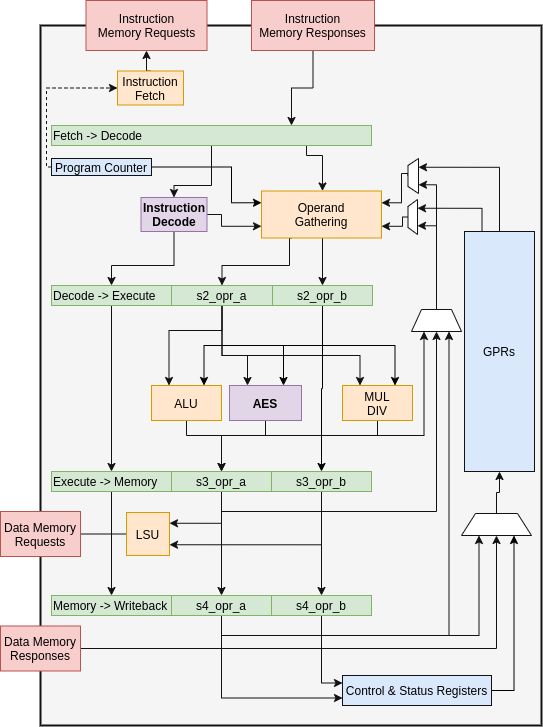
scarv/aes-risc-pipeline keeps this draw.io diagram as doc/diagrams/scarv-cpu-uarch.png. Above is the earlier version. Source tidied: cells renumbered, new cells last; positions are measured from the earlier drawing's top-left corner, leaving out a move shared by most shapes.
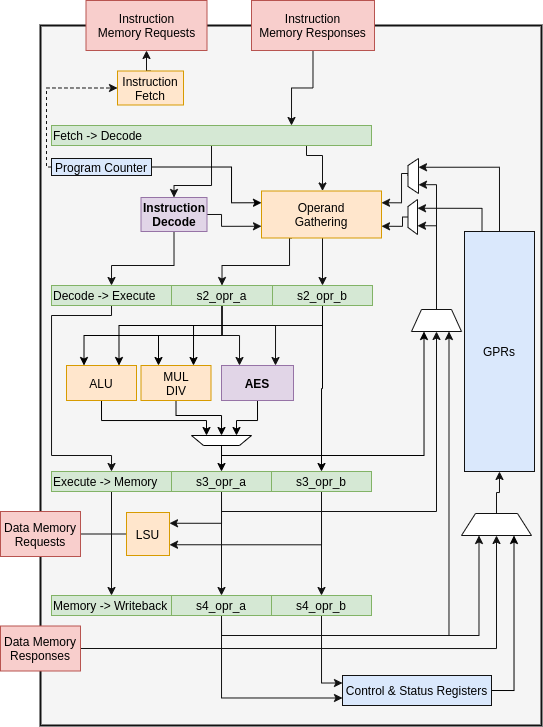
Later version of the same file.

What changed in the source:
```diff
@@ -24,54 +24,56 @@
     <mxCell id="5" value="Fetch -&amp;gt; Decode" style="rounded=0;whiteSpace=wrap;html=1;align=left;strokeColor=#82b366;fillColor=#d5e8d4;" parent="1" vertex="1">
       <mxGeometry x="51" y="125" width="320" height="20" as="geometry" />
     </mxCell>
-    <mxCell id="6" style="edgeStyle=orthogonalEdgeStyle;rounded=0;jettySize=auto;html=1;exitX=0.5;exitY=1;exitDx=0;exitDy=0;strokeColor=#121212;" parent="1" edge="1" source="7" target="18">
-      <mxGeometry relative="1" as="geometry" />
+    <mxCell id="6" style="edgeStyle=orthogonalEdgeStyle;rounded=0;jettySize=auto;html=1;exitX=0.5;exitY=1;exitDx=0;exitDy=0;strokeColor=#121212;entryX=0.5;entryY=0;entryDx=0;entryDy=0;" parent="1" edge="1" source="7" target="18">
+      <mxGeometry relative="1" as="geometry">
+        <Array as="points">
+          <mxPoint x="111" y="315" />
+          <mxPoint x="51" y="315" />
+          <mxPoint x="51" y="455" />
+          <mxPoint x="111" y="455" />
+        </Array>
+      </mxGeometry>
     </mxCell>
     <mxCell id="7" value="Decode -&amp;gt; Execute" style="rounded=0;whiteSpace=wrap;html=1;align=left;strokeColor=#82b366;fillColor=#d5e8d4;" parent="1" vertex="1">
       <mxGeometry x="51" y="285" width="120" height="20" as="geometry" />
     </mxCell>
-    <mxCell id="8" style="edgeStyle=orthogonalEdgeStyle;rounded=0;jettySize=auto;html=1;exitX=0.5;exitY=1;exitDx=0;exitDy=0;entryX=0.25;entryY=0;entryDx=0;entryDy=0;fillColor=#f8cecc;strokeColor=#121212;" parent="1" edge="1" source="11" target="54">
-      <mxGeometry relative="1" as="geometry">
-        <Array as="points">
-          <mxPoint x="222" y="330" />
-          <mxPoint x="168" y="330" />
-        </Array>
-      </mxGeometry>
+    <mxCell id="8" style="edgeStyle=orthogonalEdgeStyle;rounded=0;jettySize=auto;html=1;exitX=0.5;exitY=1;exitDx=0;exitDy=0;entryX=0.25;entryY=0;entryDx=0;entryDy=0;" parent="1" edge="1" source="11" target="54">
+      <mxGeometry relative="1" as="geometry" />
     </mxCell>
-    <mxCell id="9" style="edgeStyle=orthogonalEdgeStyle;rounded=0;jettySize=auto;html=1;exitX=0.5;exitY=1;exitDx=0;exitDy=0;entryX=0.25;entryY=0;entryDx=0;entryDy=0;fillColor=#f8cecc;strokeColor=#121212;" parent="1" edge="1" source="11" target="56">
-      <mxGeometry relative="1" as="geometry">
-        <Array as="points">
-          <mxPoint x="222" y="355" />
-          <mxPoint x="247" y="355" />
-        </Array>
-      </mxGeometry>
+    <mxCell id="9" style="edgeStyle=orthogonalEdgeStyle;rounded=0;jettySize=auto;html=1;exitX=0.5;exitY=1;exitDx=0;exitDy=0;entryX=0.25;entryY=0;entryDx=0;entryDy=0;" parent="1" edge="1" source="11" target="58">
+      <mxGeometry relative="1" as="geometry" />
     </mxCell>
-    <mxCell id="10" style="edgeStyle=orthogonalEdgeStyle;rounded=0;jettySize=auto;html=1;exitX=0.5;exitY=1;exitDx=0;exitDy=0;entryX=0.25;entryY=0;entryDx=0;entryDy=0;fillColor=#f8cecc;strokeColor=#121212;" parent="1" edge="1" source="11" target="58">
-      <mxGeometry relative="1" as="geometry">
-        <Array as="points">
-          <mxPoint x="222" y="355" />
-          <mxPoint x="360" y="355" />
-        </Array>
-      </mxGeometry>
+    <mxCell id="10" style="edgeStyle=orthogonalEdgeStyle;rounded=0;jettySize=auto;html=1;exitX=0.5;exitY=1;exitDx=0;exitDy=0;entryX=0.25;entryY=0;entryDx=0;entryDy=0;fillColor=#f8cecc;strokeColor=#121212;" parent="1" edge="1" source="11" target="56">
+      <mxGeometry relative="1" as="geometry" />
     </mxCell>
     <mxCell id="11" value="s2_opr_a" style="rounded=0;whiteSpace=wrap;html=1;strokeColor=#82b366;fillColor=#d5e8d4;" parent="1" vertex="1">
       <mxGeometry x="171" y="285" width="101" height="20" as="geometry" />
     </mxCell>
-    <mxCell id="12" style="edgeStyle=orthogonalEdgeStyle;rounded=0;jettySize=auto;html=1;exitX=0.5;exitY=1;exitDx=0;exitDy=0;entryX=0.5;entryY=0;entryDx=0;entryDy=0;" parent="1" edge="1" source="16" target="25">
-      <mxGeometry relative="1" as="geometry" />
+    <mxCell id="12" style="edgeStyle=orthogonalEdgeStyle;rounded=0;jettySize=auto;html=1;exitX=0.5;exitY=1;exitDx=0;exitDy=0;entryX=0.75;entryY=0;entryDx=0;entryDy=0;" parent="1" edge="1" source="16" target="54">
+      <mxGeometry relative="1" as="geometry">
+        <Array as="points">
+          <mxPoint x="322" y="325" />
+          <mxPoint x="119" y="325" />
+        </Array>
+      </mxGeometry>
     </mxCell>
-    <mxCell id="13" style="edgeStyle=orthogonalEdgeStyle;rounded=0;jettySize=auto;html=1;exitX=0.5;exitY=1;exitDx=0;exitDy=0;entryX=0.75;entryY=0;entryDx=0;entryDy=0;" parent="1" edge="1" source="16" target="56">
+    <mxCell id="13" style="edgeStyle=orthogonalEdgeStyle;rounded=0;jettySize=auto;html=1;exitX=0.5;exitY=1;exitDx=0;exitDy=0;entryX=0.75;entryY=0;entryDx=0;entryDy=0;" parent="1" edge="1" source="16" target="58">
       <mxGeometry relative="1" as="geometry">
         <Array as="points">
-          <mxPoint x="322" y="345" />
-          <mxPoint x="283" y="345" />
+          <mxPoint x="322" y="325" />
+          <mxPoint x="193" y="325" />
         </Array>
       </mxGeometry>
     </mxCell>
-    <mxCell id="14" style="edgeStyle=orthogonalEdgeStyle;rounded=0;jettySize=auto;html=1;exitX=0.5;exitY=1;exitDx=0;exitDy=0;entryX=0.75;entryY=0;entryDx=0;entryDy=0;" parent="1" edge="1" source="16" target="58">
-      <mxGeometry relative="1" as="geometry" />
+    <mxCell id="14" style="edgeStyle=orthogonalEdgeStyle;rounded=0;jettySize=auto;html=1;exitX=0.5;exitY=1;exitDx=0;exitDy=0;entryX=0.75;entryY=0;entryDx=0;entryDy=0;fillColor=#f8cecc;strokeColor=#121212;" parent="1" edge="1" source="16" target="56">
+      <mxGeometry relative="1" as="geometry">
+        <Array as="points">
+          <mxPoint x="322" y="325" />
+          <mxPoint x="275" y="325" />
+        </Array>
+      </mxGeometry>
     </mxCell>
-    <mxCell id="15" style="edgeStyle=orthogonalEdgeStyle;rounded=0;jettySize=auto;html=1;exitX=0.5;exitY=1;exitDx=0;exitDy=0;entryX=0.75;entryY=0;entryDx=0;entryDy=0;" parent="1" edge="1" source="16" target="54">
+    <mxCell id="15" style="edgeStyle=orthogonalEdgeStyle;rounded=0;jettySize=auto;html=1;exitX=0.5;exitY=1;exitDx=0;exitDy=0;entryX=0.5;entryY=0;entryDx=0;entryDy=0;" parent="1" edge="1" source="16" target="25">
       <mxGeometry relative="1" as="geometry" />
     </mxCell>
     <mxCell id="16" value="s2_opr_b" style="rounded=0;whiteSpace=wrap;html=1;strokeColor=#82b366;fillColor=#d5e8d4;" parent="1" vertex="1">
@@ -95,7 +97,7 @@
     <mxCell id="22" value="s3_opr_a" style="rounded=0;whiteSpace=wrap;html=1;strokeColor=#82b366;fillColor=#d5e8d4;" parent="1" vertex="1">
       <mxGeometry x="171" y="471" width="100" height="20" as="geometry" />
     </mxCell>
-    <mxCell id="23" style="edgeStyle=orthogonalEdgeStyle;rounded=0;jettySize=auto;html=1;exitX=0.5;exitY=1;exitDx=0;exitDy=0;entryX=0.5;entryY=0;entryDx=0;entryDy=0;strokeColor=#121212;" parent="1" edge="1" source="25" target="32">
+    <mxCell id="23" style="edgeStyle=orthogonalEdgeStyle;rounded=0;jettySize=auto;html=1;exitX=0.5;exitY=1;exitDx=0;exitDy=0;entryX=0.5;entryY=0;entryDx=0;entryDy=0;strokeColor=#121212;fillColor=#f8cecc;" parent="1" edge="1" source="25" target="32">
       <mxGeometry relative="1" as="geometry" />
     </mxCell>
     <mxCell id="24" style="edgeStyle=orthogonalEdgeStyle;rounded=0;jettySize=auto;html=1;exitX=0.5;exitY=1;exitDx=0;exitDy=0;entryX=1;entryY=0.75;entryDx=0;entryDy=0;fillColor=#f8cecc;strokeColor=#121212;" parent="1" edge="1" source="25" target="37">
@@ -216,38 +218,33 @@
     <mxCell id="52" value="Program Counter" style="rounded=0;whiteSpace=wrap;html=1;fillColor=#dae8fc;strokeColor=#121212;" parent="1" vertex="1">
       <mxGeometry x="51" y="158" width="100" height="17" as="geometry" />
     </mxCell>
-    <mxCell id="53" style="edgeStyle=orthogonalEdgeStyle;rounded=0;jettySize=auto;html=1;exitX=0.5;exitY=1;exitDx=0;exitDy=0;entryX=0.25;entryY=1;entryDx=0;entryDy=0;strokeColor=#121212;" parent="1" edge="1" source="54" target="41">
+    <mxCell id="53" style="edgeStyle=orthogonalEdgeStyle;rounded=0;jettySize=auto;html=1;exitX=0.5;exitY=1;exitDx=0;exitDy=0;entryX=0.75;entryY=1;entryDx=0;entryDy=0;" parent="1" edge="1" source="54" target="74">
       <mxGeometry relative="1" as="geometry">
         <Array as="points">
-          <mxPoint x="186" y="435" />
-          <mxPoint x="424" y="435" />
+          <mxPoint x="101" y="420" />
+          <mxPoint x="206" y="420" />
         </Array>
       </mxGeometry>
     </mxCell>
     <mxCell id="54" value="ALU" style="rounded=0;whiteSpace=wrap;html=1;strokeColor=#d79b00;fillColor=#ffe6cc;" parent="1" vertex="1">
-      <mxGeometry x="151" y="385" width="70" height="35" as="geometry" />
+      <mxGeometry x="66" y="365" width="70" height="35" as="geometry" />
     </mxCell>
-    <mxCell id="55" style="edgeStyle=orthogonalEdgeStyle;rounded=0;jettySize=auto;html=1;exitX=0.5;exitY=1;exitDx=0;exitDy=0;fillColor=#f8cecc;strokeColor=#121212;" parent="1" edge="1" source="56" target="22">
-      <mxGeometry relative="1" as="geometry">
-        <Array as="points">
-          <mxPoint x="265" y="435" />
-          <mxPoint x="221" y="435" />
-        </Array>
-      </mxGeometry>
+    <mxCell id="55" style="edgeStyle=orthogonalEdgeStyle;rounded=0;jettySize=auto;html=1;exitX=0.5;exitY=1;exitDx=0;exitDy=0;entryX=0.25;entryY=1;entryDx=0;entryDy=0;" parent="1" edge="1" source="56" target="74">
+      <mxGeometry relative="1" as="geometry" />
     </mxCell>
     <mxCell id="56" value="AES" style="rounded=0;whiteSpace=wrap;html=1;fillColor=#e1d5e7;strokeColor=#9673a6;fontStyle=1;" parent="1" vertex="1">
-      <mxGeometry x="229" y="385" width="72" height="35" as="geometry" />
+      <mxGeometry x="221" y="365" width="72" height="35" as="geometry" />
     </mxCell>
-    <mxCell id="57" style="edgeStyle=orthogonalEdgeStyle;rounded=0;jettySize=auto;html=1;exitX=0.5;exitY=1;exitDx=0;exitDy=0;entryX=0.5;entryY=0;entryDx=0;entryDy=0;fillColor=#f8cecc;strokeColor=#121212;" parent="1" edge="1" source="58" target="22">
+    <mxCell id="57" style="edgeStyle=orthogonalEdgeStyle;rounded=0;jettySize=auto;html=1;exitX=0.5;exitY=1;exitDx=0;exitDy=0;entryX=0.5;entryY=1;entryDx=0;entryDy=0;" parent="1" edge="1" source="58" target="74">
       <mxGeometry relative="1" as="geometry">
         <Array as="points">
-          <mxPoint x="377" y="435" />
-          <mxPoint x="221" y="435" />
+          <mxPoint x="176" y="415" />
+          <mxPoint x="221" y="415" />
         </Array>
       </mxGeometry>
     </mxCell>
     <mxCell id="58" value="MUL&lt;br&gt;DIV" style="rounded=0;whiteSpace=wrap;html=1;strokeColor=#d79b00;fillColor=#ffe6cc;" parent="1" vertex="1">
-      <mxGeometry x="342" y="385" width="70" height="35" as="geometry" />
+      <mxGeometry x="140.5" y="365" width="70" height="35" as="geometry" />
     </mxCell>
     <mxCell id="59" style="edgeStyle=orthogonalEdgeStyle;rounded=0;jettySize=auto;html=1;exitX=0.5;exitY=1;exitDx=0;exitDy=0;entryX=0.75;entryY=0;entryDx=0;entryDy=0;strokeColor=#121212;" parent="1" edge="1" source="60" target="5">
       <mxGeometry relative="1" as="geometry" />
@@ -307,5 +304,19 @@
     <mxCell id="71" value="Control &amp;amp; Status Registers" style="rounded=0;whiteSpace=wrap;html=1;fillColor=#dae8fc;strokeColor=#121212;" parent="1" vertex="1">
       <mxGeometry x="342" y="675" width="149" height="30" as="geometry" />
     </mxCell>
+    <mxCell id="72" style="edgeStyle=orthogonalEdgeStyle;rounded=0;jettySize=auto;html=1;exitX=0.5;exitY=0;exitDx=0;exitDy=0;entryX=0.5;entryY=0;entryDx=0;entryDy=0;" parent="1" edge="1" source="74" target="22">
+      <mxGeometry relative="1" as="geometry" />
+    </mxCell>
+    <mxCell id="73" style="edgeStyle=orthogonalEdgeStyle;rounded=0;jettySize=auto;html=1;exitX=0.5;exitY=0;exitDx=0;exitDy=0;entryX=0.25;entryY=1;entryDx=0;entryDy=0;" parent="1" edge="1" source="74" target="41">
+      <mxGeometry relative="1" as="geometry">
+        <Array as="points">
+          <mxPoint x="221" y="455" />
+          <mxPoint x="424" y="455" />
+        </Array>
+      </mxGeometry>
+    </mxCell>
+    <mxCell id="74" style="shape=trapezoid;perimeter=trapezoidPerimeter;whiteSpace=wrap;html=1;rotation=-180;" parent="1" vertex="1">
+      <mxGeometry x="191" y="435" width="60" height="10" as="geometry" />
+    </mxCell>
   </root>
 </mxGraphModel>
```
